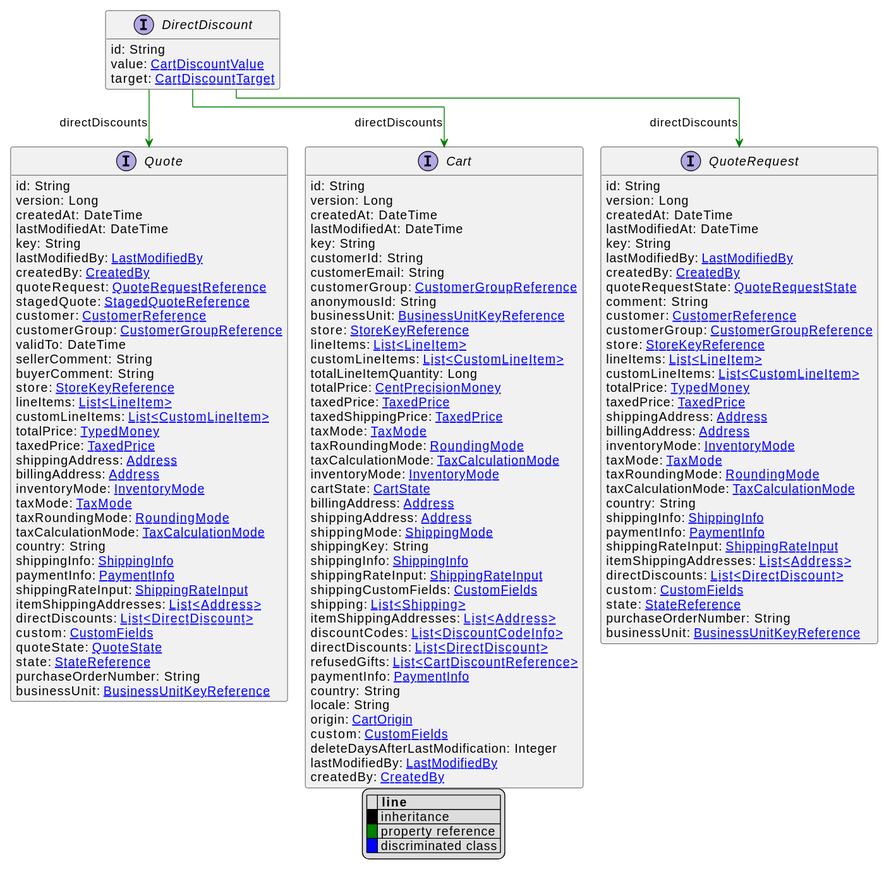
Earlier version of the PlantUML export uml/api/svg/DirectDiscount.svg (commercetools/commercetools-api-reference).
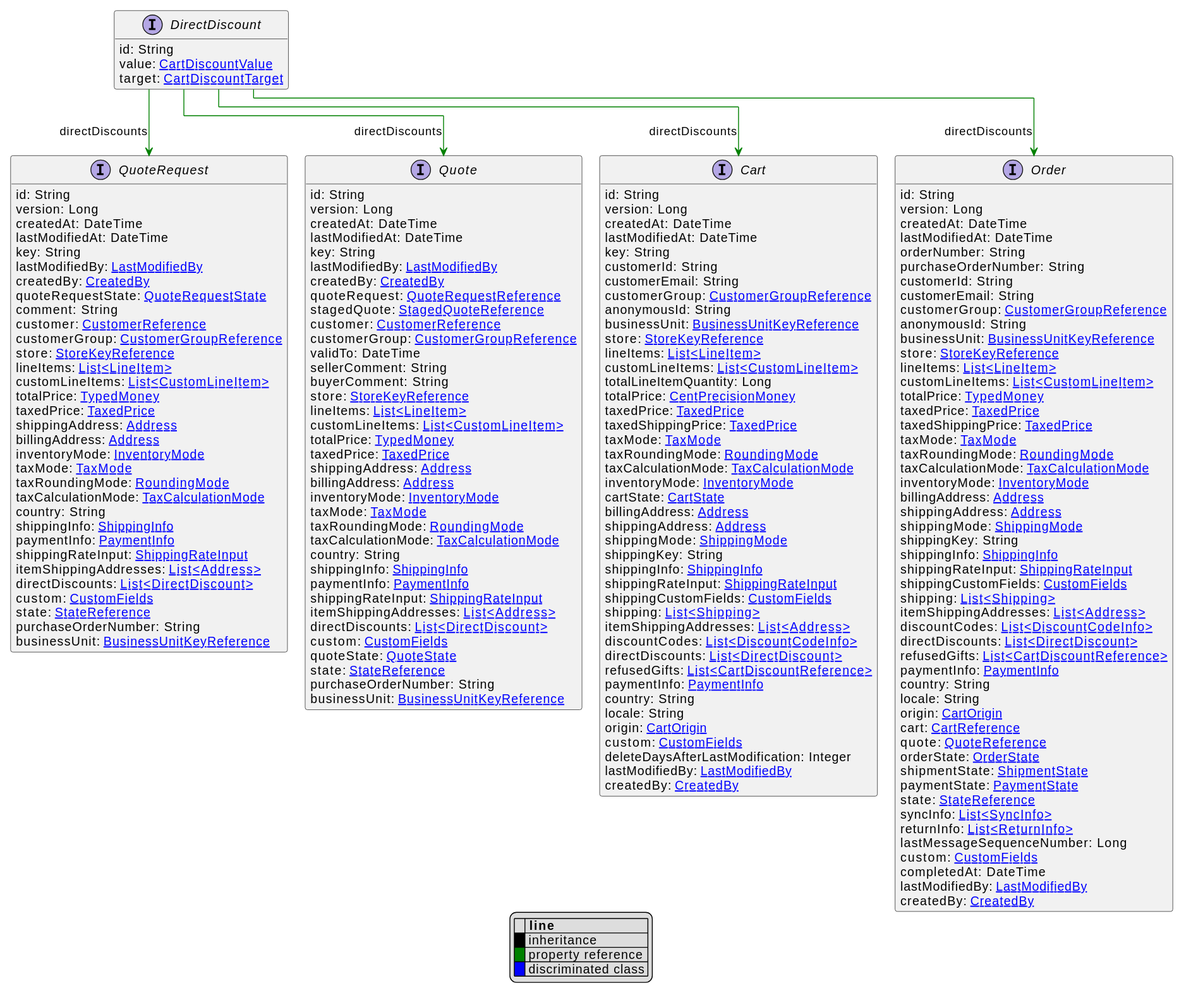
The same diagram one commit later.

Diff of the diagram source:
```diff
@@ -57,6 +57,58 @@
     origin: [[CartOrigin.svg CartOrigin]]
     custom: [[CustomFields.svg CustomFields]]
     deleteDaysAfterLastModification: Integer
+    lastModifiedBy: [[LastModifiedBy.svg LastModifiedBy]]
+    createdBy: [[CreatedBy.svg CreatedBy]]
+}
+interface Order [[Order.svg]]  {
+    id: String
+    version: Long
+    createdAt: DateTime
+    lastModifiedAt: DateTime
+    orderNumber: String
+    purchaseOrderNumber: String
+    customerId: String
+    customerEmail: String
+    customerGroup: [[CustomerGroupReference.svg CustomerGroupReference]]
+    anonymousId: String
+    businessUnit: [[BusinessUnitKeyReference.svg BusinessUnitKeyReference]]
+    store: [[StoreKeyReference.svg StoreKeyReference]]
+    lineItems: [[LineItem.svg List<LineItem>]]
+    customLineItems: [[CustomLineItem.svg List<CustomLineItem>]]
+    totalPrice: [[TypedMoney.svg TypedMoney]]
+    taxedPrice: [[TaxedPrice.svg TaxedPrice]]
+    taxedShippingPrice: [[TaxedPrice.svg TaxedPrice]]
+    taxMode: [[TaxMode.svg TaxMode]]
+    taxRoundingMode: [[RoundingMode.svg RoundingMode]]
+    taxCalculationMode: [[TaxCalculationMode.svg TaxCalculationMode]]
+    inventoryMode: [[InventoryMode.svg InventoryMode]]
+    billingAddress: [[Address.svg Address]]
+    shippingAddress: [[Address.svg Address]]
+    shippingMode: [[ShippingMode.svg ShippingMode]]
+    shippingKey: String
+    shippingInfo: [[ShippingInfo.svg ShippingInfo]]
+    shippingRateInput: [[ShippingRateInput.svg ShippingRateInput]]
+    shippingCustomFields: [[CustomFields.svg CustomFields]]
+    shipping: [[Shipping.svg List<Shipping>]]
+    itemShippingAddresses: [[Address.svg List<Address>]]
+    discountCodes: [[DiscountCodeInfo.svg List<DiscountCodeInfo>]]
+    directDiscounts: [[DirectDiscount.svg List<DirectDiscount>]]
+    refusedGifts: [[CartDiscountReference.svg List<CartDiscountReference>]]
+    paymentInfo: [[PaymentInfo.svg PaymentInfo]]
+    country: String
+    locale: String
+    origin: [[CartOrigin.svg CartOrigin]]
+    cart: [[CartReference.svg CartReference]]
+    quote: [[QuoteReference.svg QuoteReference]]
+    orderState: [[OrderState.svg OrderState]]
+    shipmentState: [[ShipmentState.svg ShipmentState]]
+    paymentState: [[PaymentState.svg PaymentState]]
+    state: [[StateReference.svg StateReference]]
+    syncInfo: [[SyncInfo.svg List<SyncInfo>]]
+    returnInfo: [[ReturnInfo.svg List<ReturnInfo>]]
+    lastMessageSequenceNumber: Long
+    custom: [[CustomFields.svg CustomFields]]
+    completedAt: DateTime
     lastModifiedBy: [[LastModifiedBy.svg LastModifiedBy]]
     createdBy: [[CreatedBy.svg CreatedBy]]
 }
@@ -134,6 +186,7 @@
 }
 
 DirectDiscount --> Cart #green;text:green : "directDiscounts"
+DirectDiscount --> Order #green;text:green : "directDiscounts"
 DirectDiscount --> QuoteRequest #green;text:green : "directDiscounts"
 DirectDiscount --> Quote #green;text:green : "directDiscounts"
 @enduml
```
